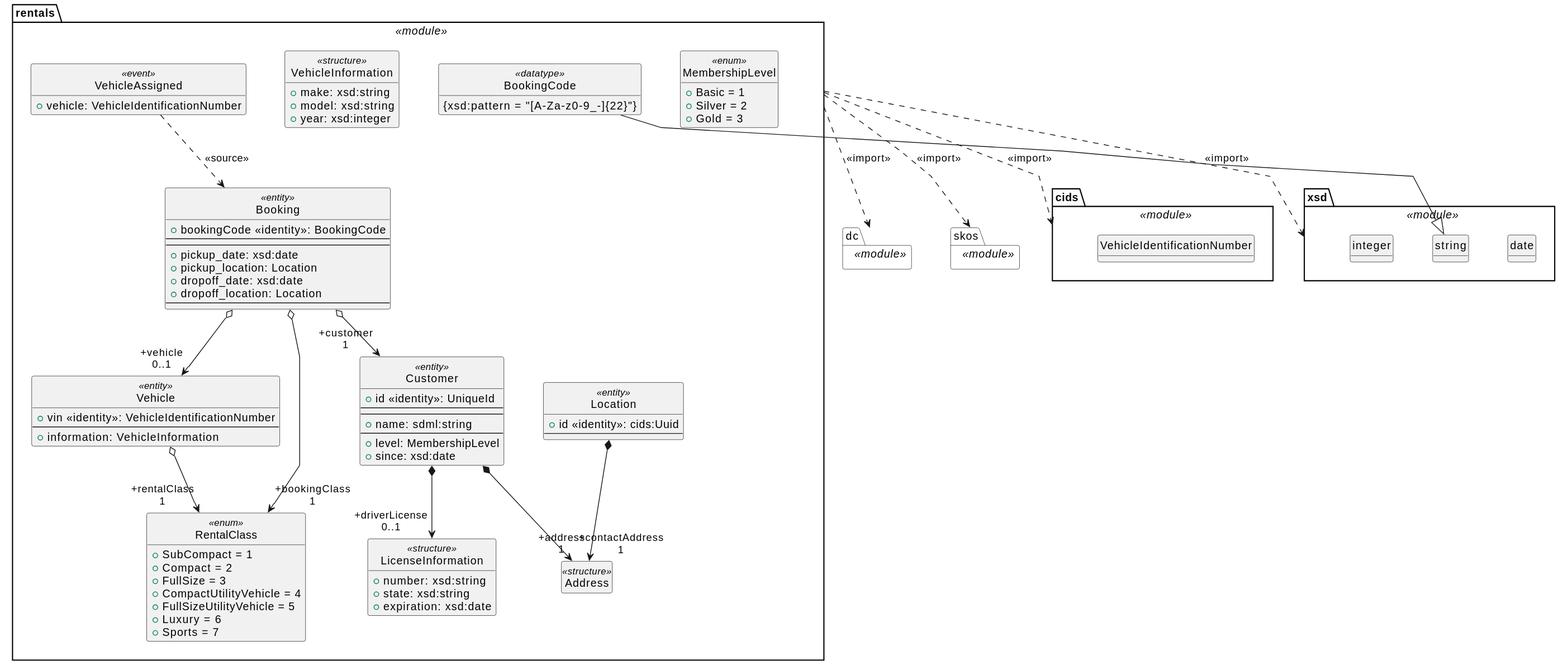
Before: docs/rentals-uml-5.svg, a diagram exported from PlantUML (sdm-lang/tree-sitter-sdml). Source of this version:
```plantuml
@startuml
skinparam backgroundColor transparent
skinparam style strictuml
skinparam linetype polyline
skinparam nodesep 50

hide methods
hide circle

show << datatype >> circle
show << entity >> circle
show enum circle
show << event >> circle
show << union >> circle

package "dc" as s_dc <<module>> #white {
}

package "skos" as s_skos <<module>> #white {
}

package "cids" as s_cids <<module>> #white {
  class "VehicleIdentificationNumber" as s_cids__VehicleIdentificationNumber
}

package "xsd" as s_xsd <<module>> #white {
  class "date" as s_xsd__date
  class "string" as s_xsd__string
  class "integer" as s_xsd__integer
}


package "rentals" as s_rentals <<module>> {
  class "Address" as s_Address << (S, orchid) structure >> {
  }
  hide s_Address members

  class "Booking" as s_Booking << (E, orchid) entity >> {
    +bookingCode <<identity>>: BookingCode
    --
    --
    +pickup_date: xsd:date
    +pickup_location: Location
    +dropoff_date: xsd:date
    +dropoff_location: Location
    --
  }

  class "Customer" as s_Customer << (E, orchid) entity >> {
    +id <<identity>>: UniqueId
    --
    --
    +name: sdml:string
    --
    +level: MembershipLevel
    +since: xsd:date
  }

  class "LicenseInformation" as s_LicenseInformation << (S, orchid) structure >> {
    +number: xsd:string
    +state: xsd:string
    +expiration: xsd:date
  }

  class "Location" as s_Location << (E, orchid) entity >> {
    +id <<identity>>: cids:Uuid
    --
  }

  class "MembershipLevel" as s_MembershipLevel << (E, orchid) enum >> {
    +Basic = 1
    +Silver = 2
    +Gold = 3
  }

  class "RentalClass" as s_RentalClass << (E, orchid) enum >> {
    +SubCompact = 1
    +Compact = 2
    +FullSize = 3
    +CompactUtilityVehicle = 4
    +FullSizeUtilityVehicle = 5
    +Luxury = 6
    +Sports = 7
  }

  class "BookingCode" as s_BookingCode << (D, orchid) datatype >> {
{xsd:pattern = "[A-Za-z0-9_-]{22}"}
  }
  hide s_BookingCode methods
  class "Vehicle" as s_Vehicle << (E, orchid) entity >> {
    +vin <<identity>>: VehicleIdentificationNumber
    --
    +information: VehicleInformation
  }

  class "VehicleInformation" as s_VehicleInformation << (S, orchid) structure >> {
    +make: xsd:string
    +model: xsd:string
    +year: xsd:integer
  }

  class "VehicleAssigned" as s_VehicleAssigned << (E, orchid) event >> {
    +vehicle: VehicleIdentificationNumber
  }

  s_Booking o--> "+customer\n1" s_Customer
  s_Booking o--> "+bookingClass\n1" s_RentalClass
  s_Booking o--> "+vehicle\n0..1" s_Vehicle
  s_Customer *--> "+contactAddress\n1" s_Address
  s_Customer *--> "+driverLicense\n0..1" s_LicenseInformation
  s_Location *--> "+address\n1" s_Address
  s_BookingCode --|> s_xsd__string
  s_Vehicle o--> "+rentalClass\n1" s_RentalClass
  s_VehicleAssigned ..> s_Booking: <<source>>
}

s_rentals ..> s_dc: <<import>>
s_rentals ..> s_skos: <<import>>
s_rentals ..> s_cids: <<import>>
s_rentals ..> s_xsd: <<import>>
@enduml
```
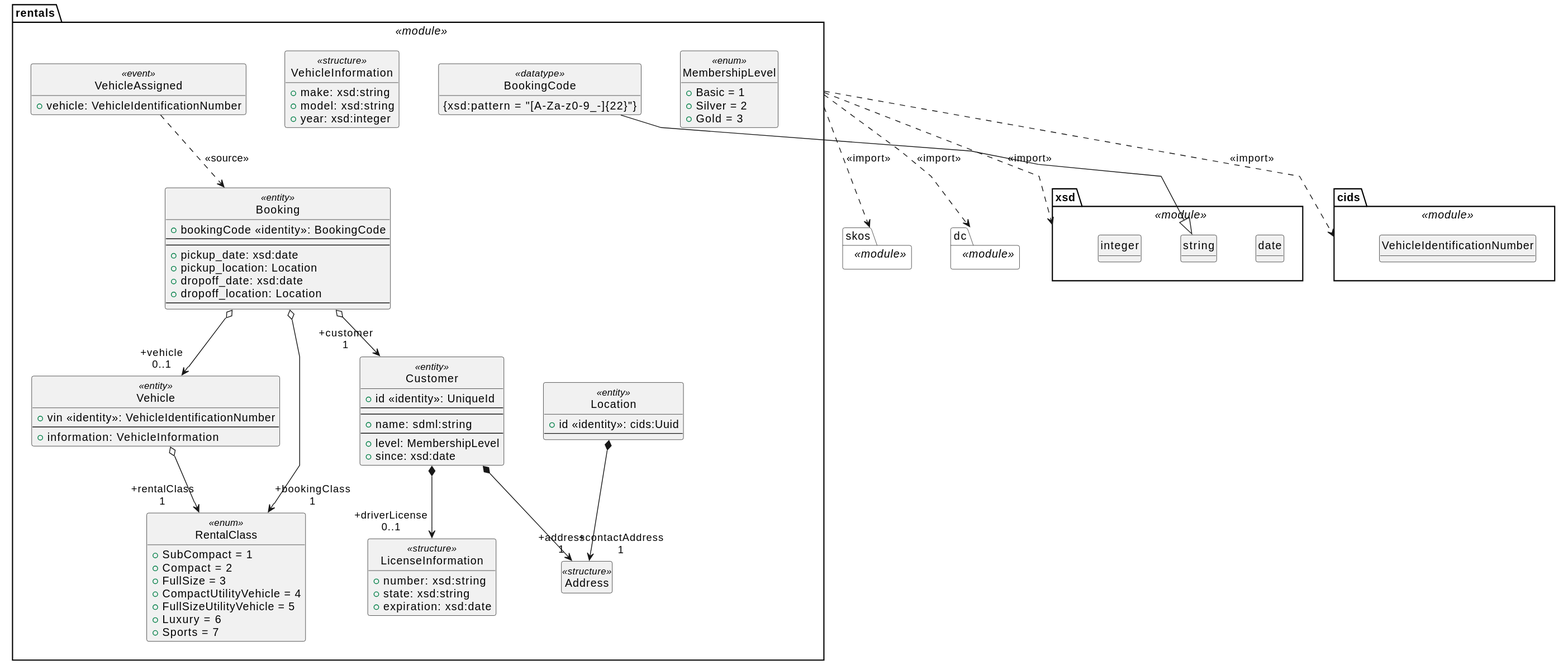
Above is the later version.

What changed in the source:
```diff
@@ -13,7 +13,10 @@
 show << event >> circle
 show << union >> circle
 
-package "dc" as s_dc <<module>> #white {
+package "xsd" as s_xsd <<module>> #white {
+  class "date" as s_xsd__date
+  class "string" as s_xsd__string
+  class "integer" as s_xsd__integer
 }
 
 package "skos" as s_skos <<module>> #white {
@@ -23,10 +26,7 @@
   class "VehicleIdentificationNumber" as s_cids__VehicleIdentificationNumber
 }
 
-package "xsd" as s_xsd <<module>> #white {
-  class "date" as s_xsd__date
-  class "string" as s_xsd__string
-  class "integer" as s_xsd__integer
+package "dc" as s_dc <<module>> #white {
 }
 
 
@@ -114,8 +114,8 @@
   s_VehicleAssigned ..> s_Booking: <<source>>
 }
 
-s_rentals ..> s_dc: <<import>>
+s_rentals ..> s_xsd: <<import>>
 s_rentals ..> s_skos: <<import>>
 s_rentals ..> s_cids: <<import>>
-s_rentals ..> s_xsd: <<import>>
+s_rentals ..> s_dc: <<import>>
 @enduml
```
